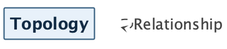
Above: docs/diagrams/structurizr-network-flow-phone-key.png in tbhb-dev/afakt (PlantUML), before the change. Its source is kept beside it as docs/diagrams/structurizr-network-flow-phone-key.puml. Source of this version:
```plantuml
@startuml

set separator none
hide stereotype

<style>
  root {
    BackgroundColor: #ffffff;
    FontColor: #444444;
  }
  // Element,Topology
  .Element-RWxlbWVudCxUb3BvbG9neQ== {
    BackgroundColor: #e8f1fa;
    LineColor: #315b7d;
    LineStyle: 0;
    LineThickness: 2;
    FontColor: #122b44;
    FontSize: 24;
    HorizontalAlignment: center;
    Shadowing: 0;
    MaximumWidth: 200;
  }
  // Relationship
  .Relationship-UmVsYXRpb25zaGlw {
    LineThickness: 2;
    LineStyle: 10-10;
    LineColor: #444444;
    FontColor: #444444;
    FontSize: 24;
    MaximumWidth: 200;
  }
  // afakt
  .Boundary-YWZha3Q= {
    BackgroundColor: #ffffff;
    LineColor: #444444;
    LineStyle: 0;
    LineThickness: 2;
    FontColor: #444444;
    FontSize: 24;
    HorizontalAlignment: center;
    Shadowing: 0;
  }
  // Control plane services
  .Group-Q29udHJvbCBwbGFuZSBzZXJ2aWNlcw== {
    BackgroundColor: #ffffff;
    LineColor: #536b7e;
    LineStyle: 2-2;
    LineThickness: 2;
    FontColor: #182c3e;
    FontSize: 24;
    HorizontalAlignment: center;
    Shadowing: 0;
  }
  // External ingress boundary
  .Group-RXh0ZXJuYWwgaW5ncmVzcyBib3VuZGFyeQ== {
    BackgroundColor: #ffffff;
    LineColor: #536b7e;
    LineStyle: 2-2;
    LineThickness: 2;
    FontColor: #182c3e;
    FontSize: 24;
    HorizontalAlignment: center;
    Shadowing: 0;
  }
  // transparent element for relationships in legend
  .Element-Transparent {
    BackgroundColor: transparent;
    LineColor: transparent;
    FontColor: transparent;
  }
</style>

rectangle "==Topology" <<Element-RWxlbWVudCxUb3BvbG9neQ==>>

rectangle "." <<.Element-Transparent>> as 1
1 --> 1 <<Relationship-UmVsYXRpb25zaGlw>> : "Relationship"

@enduml
```
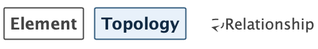
After the commit.

The edit, as a diff of the source:
```diff
@@ -7,6 +7,18 @@
   root {
     BackgroundColor: #ffffff;
     FontColor: #444444;
+  }
+  // Element
+  .Element-RWxlbWVudA== {
+    BackgroundColor: #ffffff;
+    LineColor: #444444;
+    LineStyle: 0;
+    LineThickness: 2;
+    FontColor: #444444;
+    FontSize: 24;
+    HorizontalAlignment: center;
+    Shadowing: 0;
+    MaximumWidth: 200;
   }
   // Element,Topology
   .Element-RWxlbWVudCxUb3BvbG9neQ== {
@@ -62,6 +74,17 @@
     HorizontalAlignment: center;
     Shadowing: 0;
   }
+  // Platform as a Service
+  .Group-UGxhdGZvcm0gYXMgYSBTZXJ2aWNl {
+    BackgroundColor: #ffffff;
+    LineColor: #536b7e;
+    LineStyle: 2-2;
+    LineThickness: 2;
+    FontColor: #182c3e;
+    FontSize: 24;
+    HorizontalAlignment: center;
+    Shadowing: 0;
+  }
   // transparent element for relationships in legend
   .Element-Transparent {
     BackgroundColor: transparent;
@@ -70,6 +93,8 @@
   }
 </style>
 
+rectangle "==Element" <<Element-RWxlbWVudA==>>
+
 rectangle "==Topology" <<Element-RWxlbWVudCxUb3BvbG9neQ==>>
 
 rectangle "." <<.Element-Transparent>> as 1
```
